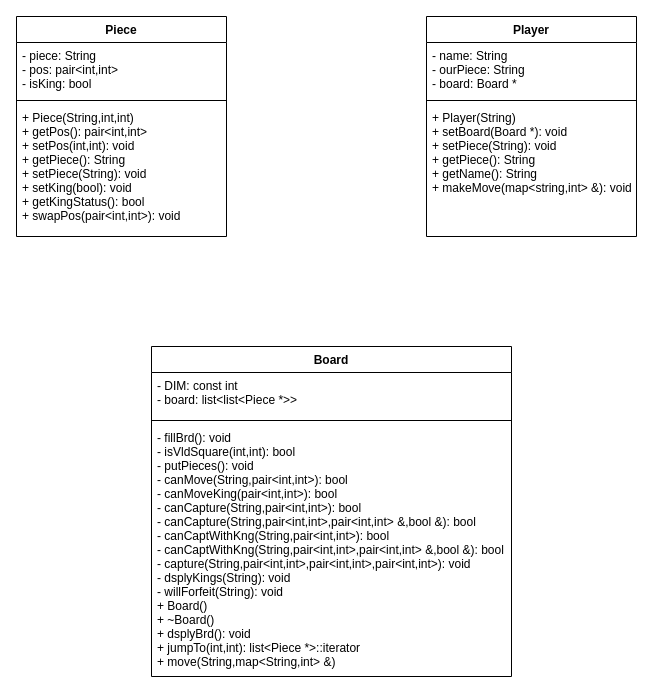
The draw.io diagram Projects/Project_1_Checkers/Documentation/Checkers_UML_Diagrams.drawio in Akhan521/CSC-17C, before the edit. Source tidied: cells renumbered, new cells numbered last; positions are measured from the earlier drawing's top-left corner, leaving out a move shared by most shapes. Both pictures are drawn from the tidied source at 100%, with x=0, y=0 at pixel (16, 16).
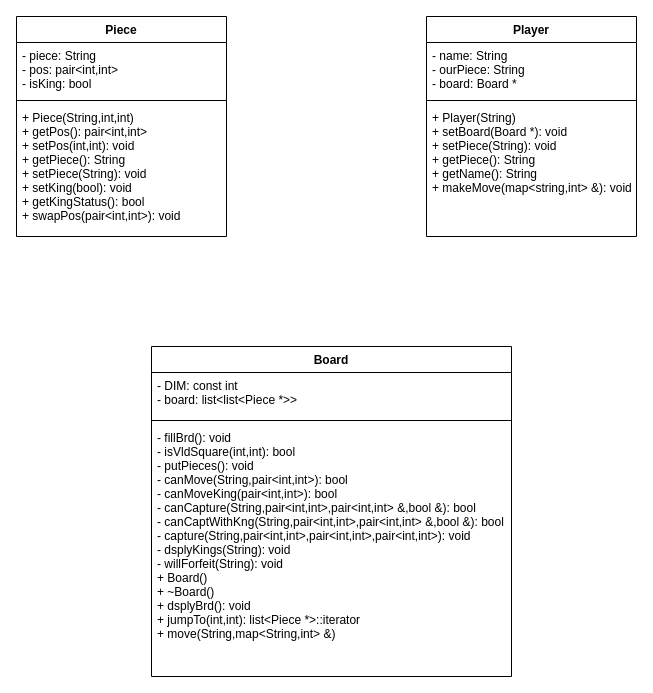
The same page after the edit.

What changed in the source:
```diff
@@
 <mxGraphModel>
   <root>
     <mxCell id="0" />
     <mxCell id="1" parent="0" />
     <mxCell id="2" value="Piece" style="swimlane;fontStyle=1;align=center;verticalAlign=top;horizontal=1;startSize=26;" parent="1" vertex="1">
       <mxGeometry width="210" height="220" as="geometry" />
     </mxCell>
     <mxCell id="3" value="- piece: String&#10;- pos: pair&lt;int,int&gt;&#10;- isKing: bool" style="text;strokeColor=none;fillColor=none;align=left;verticalAlign=top;spacingLeft=4;spacingRight=4;overflow=hidden;" parent="2" vertex="1">
       <mxGeometry y="26" width="210" height="54" as="geometry" />
     </mxCell>
     <mxCell id="4" style="line;strokeWidth=1;fillColor=none;align=left;verticalAlign=middle;spacingTop=-1;spacingLeft=3;spacingRight=3;labelPosition=right;strokeColor=inherit;" parent="2" vertex="1">
       <mxGeometry y="80" width="210" height="8" as="geometry" />
     </mxCell>
     <mxCell id="5" value="+ Piece(String,int,int)&#10;+ getPos(): pair&lt;int,int&gt;&#10;+ setPos(int,int): void&#10;+ getPiece(): String&#10;+ setPiece(String): void&#10;+ setKing(bool): void&#10;+ getKingStatus(): bool&#10;+ swapPos(pair&lt;int,int&gt;): void" style="text;strokeColor=none;fillColor=none;align=left;verticalAlign=top;spacingLeft=4;spacingRight=4;overflow=hidden;" parent="2" vertex="1">
       <mxGeometry y="88" width="210" height="132" as="geometry" />
     </mxCell>
     <mxCell id="6" value="Player" style="swimlane;fontStyle=1;align=center;verticalAlign=top;horizontal=1;startSize=26;" parent="1" vertex="1">
       <mxGeometry x="410" width="210" height="220" as="geometry" />
     </mxCell>
     <mxCell id="7" value="- name: String&#10;- ourPiece: String&#10;- board: Board *" style="text;strokeColor=none;fillColor=none;align=left;verticalAlign=top;spacingLeft=4;spacingRight=4;overflow=hidden;" parent="6" vertex="1">
       <mxGeometry y="26" width="210" height="54" as="geometry" />
     </mxCell>
     <mxCell id="8" style="line;strokeWidth=1;fillColor=none;align=left;verticalAlign=middle;spacingTop=-1;spacingLeft=3;spacingRight=3;labelPosition=right;strokeColor=inherit;" parent="6" vertex="1">
       <mxGeometry y="80" width="210" height="8" as="geometry" />
     </mxCell>
     <mxCell id="9" value="+ Player(String)&#10;+ setBoard(Board *): void&#10;+ setPiece(String): void&#10;+ getPiece(): String&#10;+ getName(): String&#10;+ makeMove(map&lt;string,int&gt; &amp;): void" style="text;strokeColor=none;fillColor=none;align=left;verticalAlign=top;spacingLeft=4;spacingRight=4;overflow=hidden;" parent="6" vertex="1">
       <mxGeometry y="88" width="210" height="132" as="geometry" />
     </mxCell>
     <mxCell id="10" value="Board" style="swimlane;fontStyle=1;align=center;verticalAlign=top;horizontal=1;startSize=26;" parent="1" vertex="1">
       <mxGeometry x="135" y="330" width="360" height="330" as="geometry" />
     </mxCell>
     <mxCell id="11" value="- DIM: const int&#10;- board: list&lt;list&lt;Piece *&gt;&gt;" style="text;strokeColor=none;fillColor=none;align=left;verticalAlign=top;spacingLeft=4;spacingRight=4;overflow=hidden;" parent="10" vertex="1">
       <mxGeometry y="26" width="360" height="44" as="geometry" />
     </mxCell>
     <mxCell id="12" style="line;strokeWidth=1;fillColor=none;align=left;verticalAlign=middle;spacingTop=-1;spacingLeft=3;spacingRight=3;labelPosition=right;strokeColor=inherit;" parent="10" vertex="1">
       <mxGeometry y="70" width="360" height="8" as="geometry" />
     </mxCell>
-    <mxCell id="13" value="- fillBrd(): void&#10;- isVldSquare(int,int): bool&#10;- putPieces(): void&#10;- canMove(String,pair&lt;int,int&gt;): bool&#10;- canMoveKing(pair&lt;int,int&gt;): bool&#10;- canCapture(String,pair&lt;int,int&gt;): bool&#10;- canCapture(String,pair&lt;int,int&gt;,pair&lt;int,int&gt; &amp;,bool &amp;): bool&#10;- canCaptWithKng(String,pair&lt;int,int&gt;): bool&#10;- canCaptWithKng(String,pair&lt;int,int&gt;,pair&lt;int,int&gt; &amp;,bool &amp;): bool&#10;- capture(String,pair&lt;int,int&gt;,pair&lt;int,int&gt;,pair&lt;int,int&gt;): void&#10;- dsplyKings(String): void&#10;- willForfeit(String): void&#10;+ Board()&#10;+ ~Board()&#10;+ dsplyBrd(): void&#10;+ jumpTo(int,int): list&lt;Piece *&gt;::iterator&#10;+ move(String,map&lt;String,int&gt; &amp;)" style="text;strokeColor=none;fillColor=none;align=left;verticalAlign=top;spacingLeft=4;spacingRight=4;overflow=hidden;" parent="10" vertex="1">
+    <mxCell id="13" value="- fillBrd(): void&#10;- isVldSquare(int,int): bool&#10;- putPieces(): void&#10;- canMove(String,pair&lt;int,int&gt;): bool&#10;- canMoveKing(pair&lt;int,int&gt;): bool&#10;- canCapture(String,pair&lt;int,int&gt;,pair&lt;int,int&gt; &amp;,bool &amp;): bool&#10;- canCaptWithKng(String,pair&lt;int,int&gt;,pair&lt;int,int&gt; &amp;,bool &amp;): bool&#10;- capture(String,pair&lt;int,int&gt;,pair&lt;int,int&gt;,pair&lt;int,int&gt;): void&#10;- dsplyKings(String): void&#10;- willForfeit(String): void&#10;+ Board()&#10;+ ~Board()&#10;+ dsplyBrd(): void&#10;+ jumpTo(int,int): list&lt;Piece *&gt;::iterator&#10;+ move(String,map&lt;String,int&gt; &amp;)" style="text;strokeColor=none;fillColor=none;align=left;verticalAlign=top;spacingLeft=4;spacingRight=4;overflow=hidden;" parent="10" vertex="1">
       <mxGeometry y="78" width="360" height="252" as="geometry" />
     </mxCell>
   </root>
 </mxGraphModel>
```
